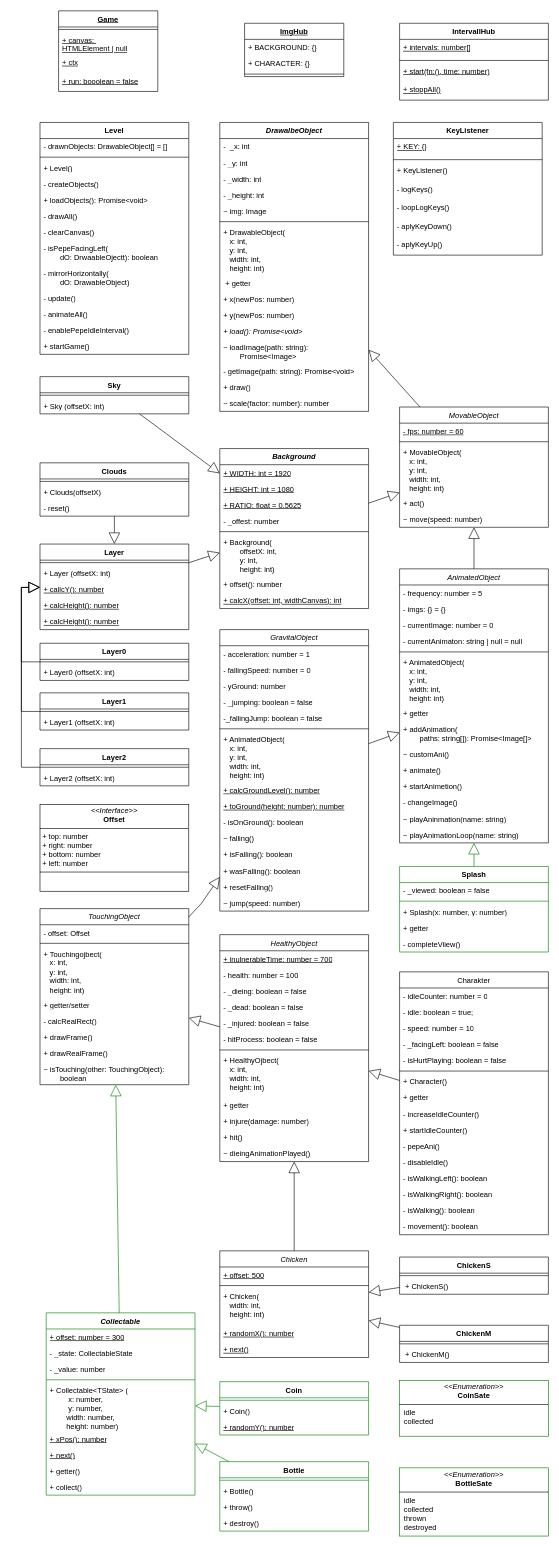
Earlier version of the draw.io diagram docs/classes.drawio (elma1989/el-pollo-loco). Source tidied: cells renumbered, new cells numbered last; positions are measured from the earlier drawing's top-left corner, leaving out a move shared by most shapes. Both pictures are drawn from the tidied source at 62%, with x=0, y=0 at pixel (21, 11).
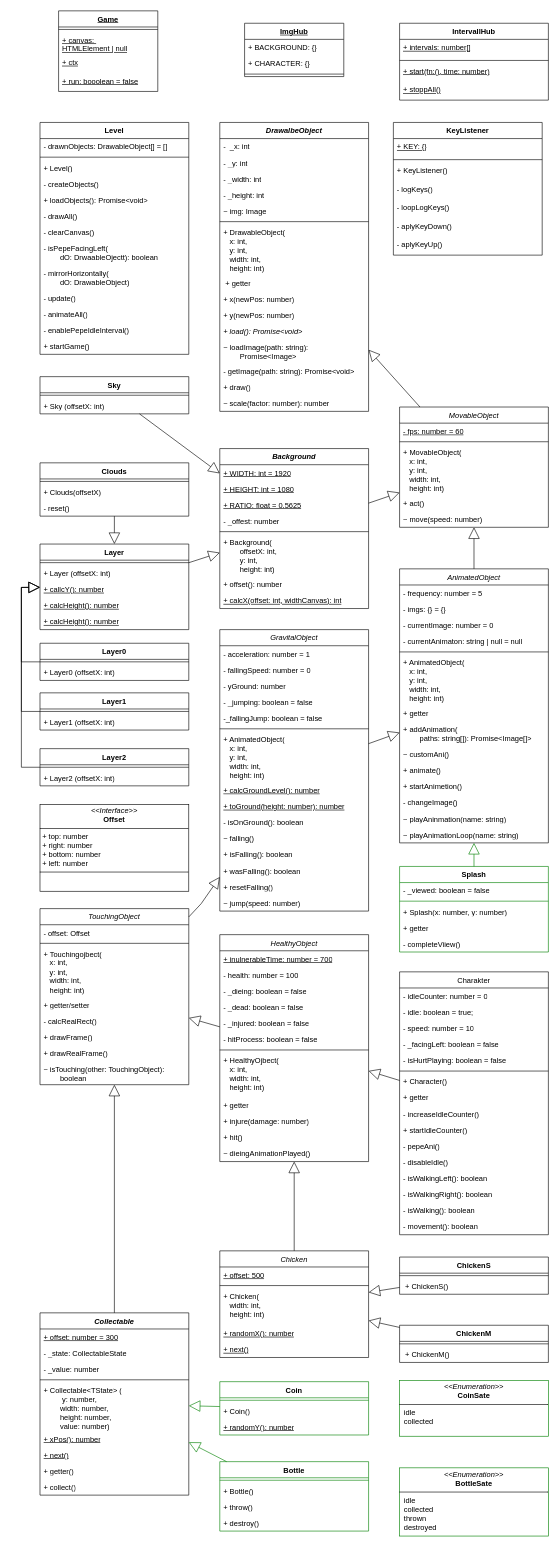
After the change.

The change refers to these unchanged cells:
```xml
<mxCell id="151" value="TouchingObject" style="swimlane;align=center;verticalAlign=top;horizontal=1;startSize=26;whiteSpace=wrap;html=1;strokeColor=default;fontStyle=2;fontColor=default;" parent="1" vertex="1">
  <mxGeometry x="30" y="1448" width="240" height="284" as="geometry" />
</mxCell>
```

Diff of the diagram source:
```diff
@@
-    <mxCell id="191" value="Collectable" style="swimlane;fontStyle=3;align=center;verticalAlign=top;horizontal=1;startSize=26;whiteSpace=wrap;html=1;strokeColor=light-dark(#008000,#80FF80);" parent="1" vertex="1">
-      <mxGeometry x="40" y="2100" width="240" height="294" as="geometry" />
+    <mxCell id="191" value="Collectable" style="swimlane;fontStyle=3;align=center;verticalAlign=top;horizontal=1;startSize=26;whiteSpace=wrap;html=1;strokeColor=default;" parent="1" vertex="1">
+      <mxGeometry x="30" y="2100" width="240" height="294" as="geometry" />
     </mxCell>
@@
-    <mxCell id="196" value="+ Collectable&amp;lt;TState&amp;gt; (&lt;div&gt;&lt;span style=&quot;white-space: pre;&quot;&gt;&#9;&lt;/span&gt;&amp;nbsp;x: number,&lt;br&gt;&lt;div&gt;&lt;span style=&quot;background-color: transparent; color: light-dark(rgb(0, 0, 0), rgb(255, 255, 255));&quot;&gt;&lt;span style=&quot;white-space: pre;&quot;&gt;&#9;&lt;/span&gt;&amp;nbsp;y: number,&lt;/span&gt;&lt;/div&gt;&lt;div&gt;&lt;span style=&quot;background-color: transparent; color: light-dark(rgb(0, 0, 0), rgb(255, 255, 255));&quot;&gt;&lt;span style=&quot;white-space: pre;&quot;&gt;&#9;&lt;/span&gt;width: number,&lt;/span&gt;&lt;/div&gt;&lt;div&gt;&lt;span style=&quot;background-color: transparent; color: light-dark(rgb(0, 0, 0), rgb(255, 255, 255));&quot;&gt;&lt;span style=&quot;white-space: pre;&quot;&gt;&#9;&lt;/span&gt;height: number)&lt;br&gt;&lt;/span&gt;&lt;/div&gt;&lt;/div&gt;" style="text;strokeColor=none;fillColor=none;align=left;verticalAlign=top;spacingLeft=4;spacingRight=4;overflow=hidden;whiteSpace=wrap;html=1;" parent="191" vertex="1">
+    <mxCell id="196" value="+ Collectable&amp;lt;TState&amp;gt; (&lt;div&gt;&lt;div&gt;&lt;span style=&quot;background-color: transparent; color: light-dark(rgb(0, 0, 0), rgb(255, 255, 255));&quot;&gt;&lt;span style=&quot;white-space: pre;&quot;&gt;&#9;&lt;/span&gt;&amp;nbsp;y: number,&lt;/span&gt;&lt;/div&gt;&lt;div&gt;&lt;span style=&quot;background-color: transparent; color: light-dark(rgb(0, 0, 0), rgb(255, 255, 255));&quot;&gt;&lt;span style=&quot;white-space: pre;&quot;&gt;&#9;&lt;/span&gt;width: number,&lt;/span&gt;&lt;/div&gt;&lt;div&gt;&lt;span style=&quot;background-color: transparent; color: light-dark(rgb(0, 0, 0), rgb(255, 255, 255));&quot;&gt;&lt;span style=&quot;white-space: pre;&quot;&gt;&#9;&lt;/span&gt;height: number,&lt;/span&gt;&lt;/div&gt;&lt;div&gt;&lt;span style=&quot;background-color: transparent; color: light-dark(rgb(0, 0, 0), rgb(255, 255, 255));&quot;&gt;&lt;span style=&quot;white-space: pre;&quot;&gt;&#9;&lt;/span&gt;value: number)&lt;br&gt;&lt;/span&gt;&lt;/div&gt;&lt;/div&gt;" style="text;strokeColor=none;fillColor=none;align=left;verticalAlign=top;spacingLeft=4;spacingRight=4;overflow=hidden;whiteSpace=wrap;html=1;" parent="191" vertex="1">
       <mxGeometry y="112" width="240" height="78" as="geometry" />
     </mxCell>
@@
-    <mxCell id="201" style="endArrow=block;endSize=16;endFill=0;html=1;rounded=0;strokeColor=light-dark(#008000,#80FF80);" parent="1" edge="1" source="191" target="151">
+    <mxCell id="201" style="endArrow=block;endSize=16;endFill=0;html=1;rounded=0;strokeColor=default;" parent="1" edge="1" source="191" target="151">
       <mxGeometry relative="1" as="geometry" />
     </mxCell>
```
